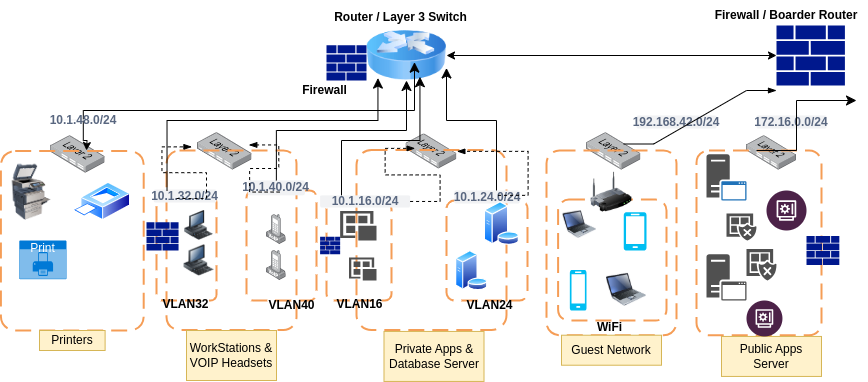
Earlier version of the draw.io export secured_network_topology.drawio.png (MwarumbaH-5523/Secured_Networks_Topology). Source tidied: cells renumbered, new cells last; positions are measured from the earlier drawing's top-left corner, leaving out a move shared by most shapes.
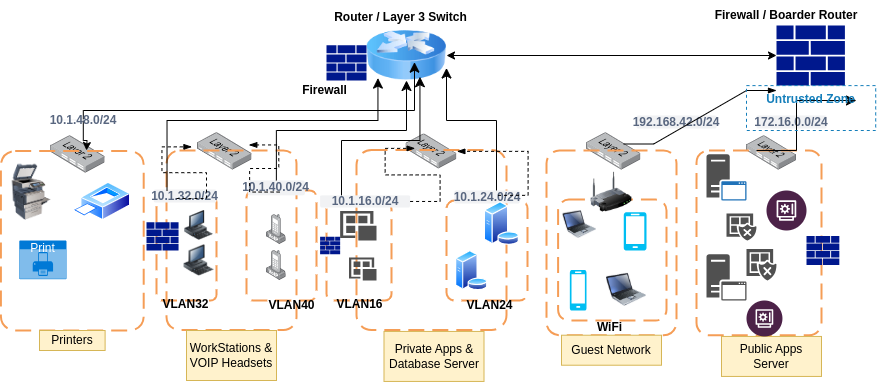
The same file after the commit.

Diff of the diagram source:
```diff
@@ -279,5 +279,8 @@
     <mxCell id="77" value="Firewall" style="text;align=center;fontStyle=1;verticalAlign=middle;spacingLeft=3;spacingRight=3;strokeColor=none;html=1;" parent="1" vertex="1">
       <mxGeometry x="292.4" y="85.1" width="63.6" height="10" as="geometry" />
     </mxCell>
+    <mxCell id="78" value="&lt;b&gt;Untrusted Zone&lt;/b&gt;" style="fillColor=none;strokeColor=#147EBA;dashed=1;verticalAlign=top;fontStyle=0;fontColor=#147EBA;whiteSpace=wrap;html=1;" parent="1" vertex="1">
+      <mxGeometry x="746" y="85.1" width="129.2" height="44.9" as="geometry" />
+    </mxCell>
   </root>
 </mxGraphModel>
```
